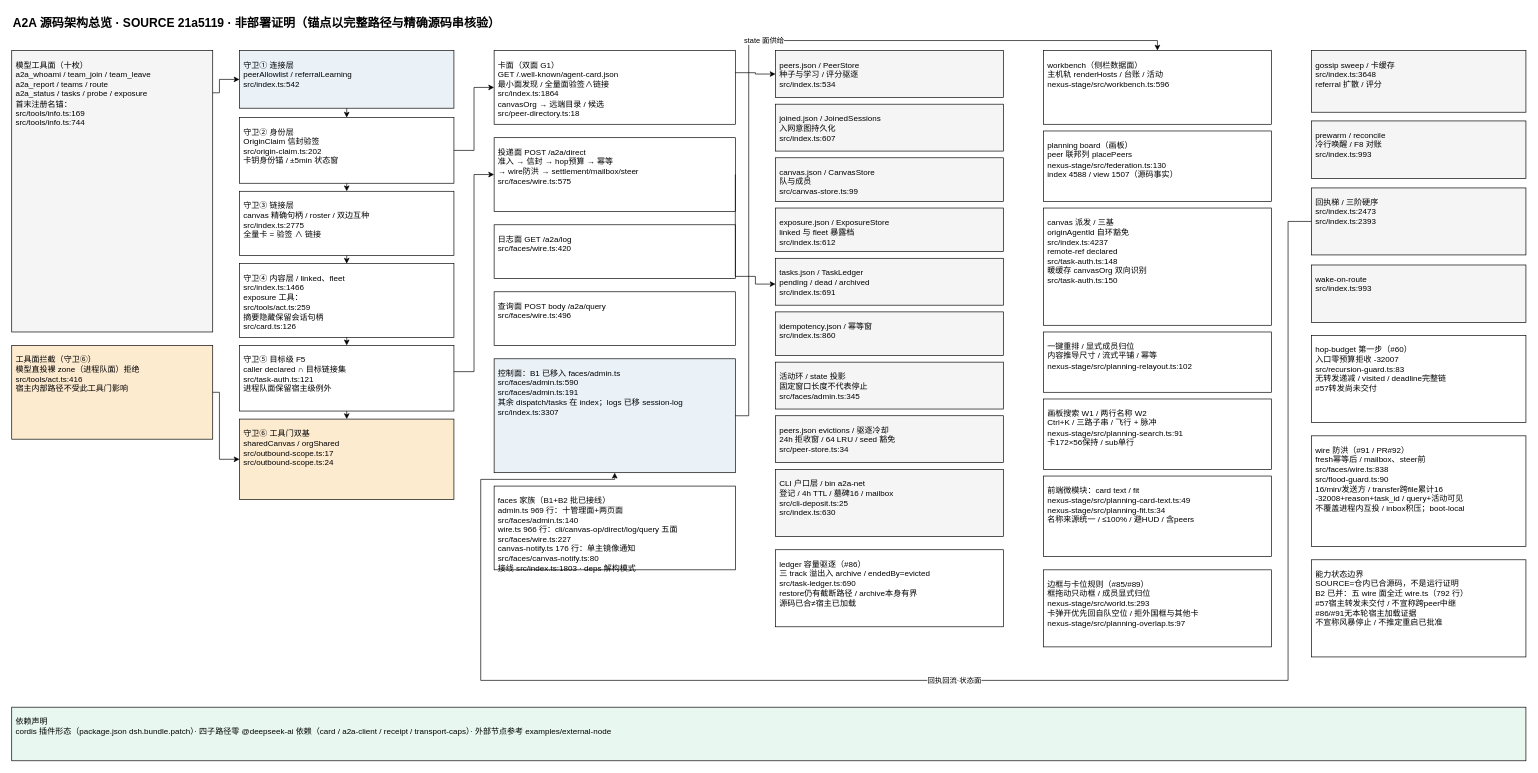
NelsonLongxiang/dsh-open-a2a-net keeps this draw.io diagram as page "系统架构总览" (1 of 2) of docs/arch/a2a-architecture.drawio. Above is the earlier version. Source tidied: cells renumbered, new cells numbered last; positions are measured from the earlier drawing's top-left corner, leaving out a move shared by most shapes. Both pictures are drawn from the tidied source at 67%, with x=0, y=0 at pixel (11, 11).
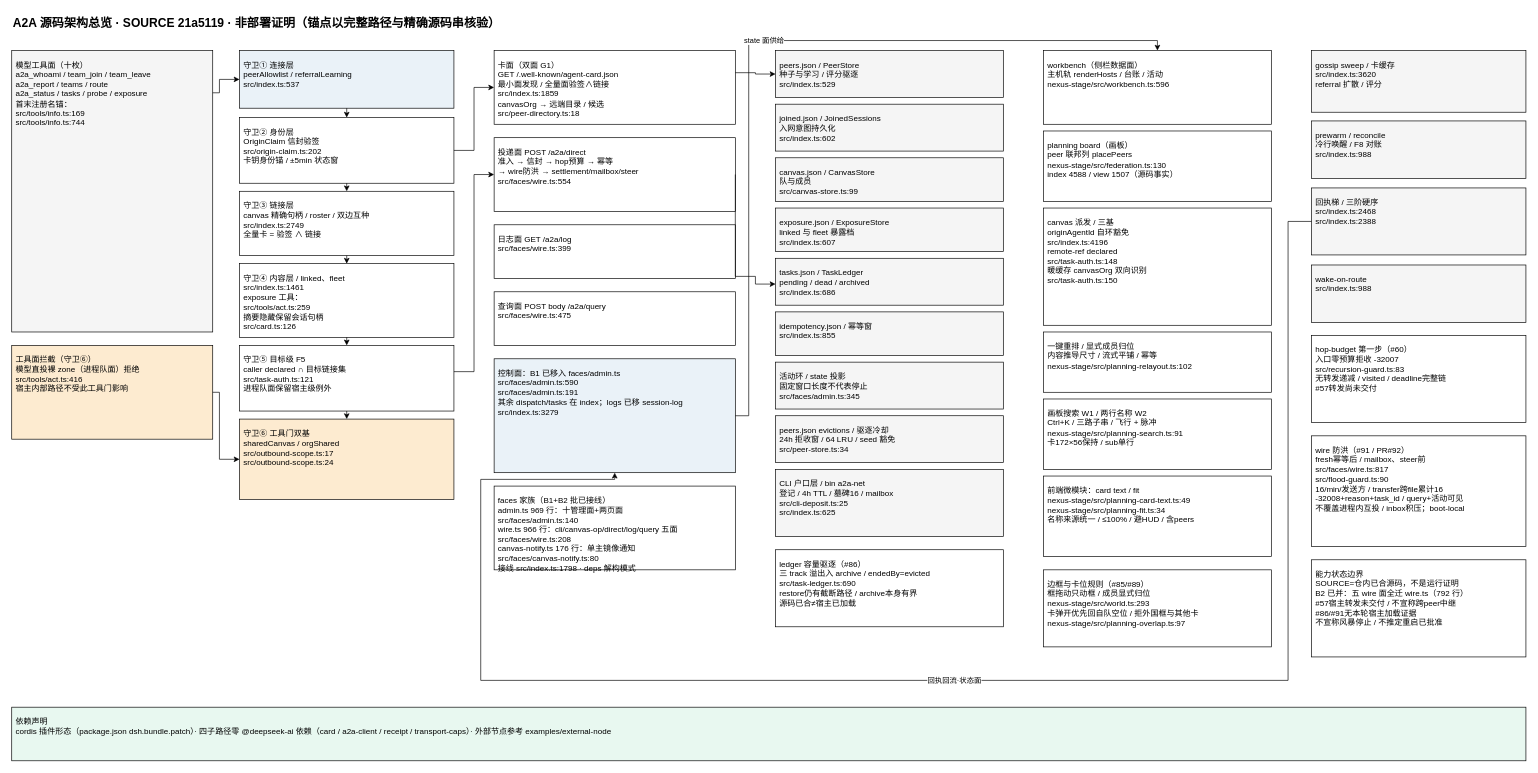
The same diagram, later.

The edit, as a diff of the source:
```diff
@@
-    <mxCell id="5" value="守卫① 连接层&#10;peerAllowlist / referralLearning&#10;src/index.ts:542" style="rounded=0;whiteSpace=wrap;html=1;fontSize=12;fontColor=#000000;fillColor=#EAF2F8;strokeColor=#000000;align=left;verticalAlign=top;spacing=6;spacingTop=4;" parent="1" vertex="1">
+    <mxCell id="5" value="守卫① 连接层&#10;peerAllowlist / referralLearning&#10;src/index.ts:537" style="rounded=0;whiteSpace=wrap;html=1;fontSize=12;fontColor=#000000;fillColor=#EAF2F8;strokeColor=#000000;align=left;verticalAlign=top;spacing=6;spacingTop=4;" parent="1" vertex="1">
       <mxGeometry x="340" y="58" width="320" height="86" as="geometry" />
     </mxCell>
@@
-    <mxCell id="7" value="守卫③ 链接层&#10;canvas 精确句柄 / roster / 双边互种&#10;src/index.ts:2775&#10;全量卡 = 验签 ∧ 链接" style="rounded=0;whiteSpace=wrap;html=1;fontSize=12;fontColor=#000000;fillColor=#FFFFFF;strokeColor=#000000;align=left;verticalAlign=top;spacing=6;spacingTop=4;" parent="1" vertex="1">
+    <mxCell id="7" value="守卫③ 链接层&#10;canvas 精确句柄 / roster / 双边互种&#10;src/index.ts:2749&#10;全量卡 = 验签 ∧ 链接" style="rounded=0;whiteSpace=wrap;html=1;fontSize=12;fontColor=#000000;fillColor=#FFFFFF;strokeColor=#000000;align=left;verticalAlign=top;spacing=6;spacingTop=4;" parent="1" vertex="1">
       <mxGeometry x="340" y="268" width="320" height="96" as="geometry" />
     </mxCell>
-    <mxCell id="8" value="守卫④ 内容层 / linked、fleet&#10;src/index.ts:1466&#10;exposure 工具：&#10;src/tools/act.ts:259&#10;摘要隐藏保留会话句柄&#10;src/card.ts:126" style="rounded=0;whiteSpace=wrap;html=1;fontSize=12;fontColor=#000000;fillColor=#FFFFFF;strokeColor=#000000;align=left;verticalAlign=top;spacing=6;spacingTop=4;" parent="1" vertex="1">
+    <mxCell id="8" value="守卫④ 内容层 / linked、fleet&#10;src/index.ts:1461&#10;exposure 工具：&#10;src/tools/act.ts:259&#10;摘要隐藏保留会话句柄&#10;src/card.ts:126" style="rounded=0;whiteSpace=wrap;html=1;fontSize=12;fontColor=#000000;fillColor=#FFFFFF;strokeColor=#000000;align=left;verticalAlign=top;spacing=6;spacingTop=4;" parent="1" vertex="1">
       <mxGeometry x="340" y="376" width="320" height="110" as="geometry" />
     </mxCell>
@@
-    <mxCell id="11" value="卡面（双面 G1）&#10;GET /.well-known/agent-card.json&#10;最小面发现 / 全量面验签∧链接&#10;src/index.ts:1864&#10;canvasOrg → 远端目录 / 候选&#10;src/peer-directory.ts:18" style="rounded=0;whiteSpace=wrap;html=1;fontSize=12;fontColor=#000000;fillColor=#FFFFFF;strokeColor=#000000;align=left;verticalAlign=top;spacing=6;spacingTop=4;" parent="1" vertex="1">
+    <mxCell id="11" value="卡面（双面 G1）&#10;GET /.well-known/agent-card.json&#10;最小面发现 / 全量面验签∧链接&#10;src/index.ts:1859&#10;canvasOrg → 远端目录 / 候选&#10;src/peer-directory.ts:18" style="rounded=0;whiteSpace=wrap;html=1;fontSize=12;fontColor=#000000;fillColor=#FFFFFF;strokeColor=#000000;align=left;verticalAlign=top;spacing=6;spacingTop=4;" parent="1" vertex="1">
       <mxGeometry x="720" y="58" width="360" height="110" as="geometry" />
     </mxCell>
-    <mxCell id="12" value="投递面 POST /a2a/direct&#10;准入 → 信封 → hop预算 → 幂等&#10;→ wire防洪 → settlement/mailbox/steer&#10;src/faces/wire.ts:575" style="rounded=0;whiteSpace=wrap;html=1;fontSize=12;fontColor=#000000;fillColor=#FFFFFF;strokeColor=#000000;align=left;verticalAlign=top;spacing=6;spacingTop=4;" parent="1" vertex="1">
+    <mxCell id="12" value="投递面 POST /a2a/direct&#10;准入 → 信封 → hop预算 → 幂等&#10;→ wire防洪 → settlement/mailbox/steer&#10;src/faces/wire.ts:554" style="rounded=0;whiteSpace=wrap;html=1;fontSize=12;fontColor=#000000;fillColor=#FFFFFF;strokeColor=#000000;align=left;verticalAlign=top;spacing=6;spacingTop=4;" parent="1" vertex="1">
       <mxGeometry x="720" y="188" width="360" height="110" as="geometry" />
     </mxCell>
-    <mxCell id="13" value="日志面 GET /a2a/log&#10;src/faces/wire.ts:420" style="rounded=0;whiteSpace=wrap;html=1;fontSize=12;fontColor=#000000;fillColor=#FFFFFF;strokeColor=#000000;align=left;verticalAlign=top;spacing=6;spacingTop=4;" parent="1" vertex="1">
+    <mxCell id="13" value="日志面 GET /a2a/log&#10;src/faces/wire.ts:399" style="rounded=0;whiteSpace=wrap;html=1;fontSize=12;fontColor=#000000;fillColor=#FFFFFF;strokeColor=#000000;align=left;verticalAlign=top;spacing=6;spacingTop=4;" parent="1" vertex="1">
       <mxGeometry x="720" y="318" width="360" height="80" as="geometry" />
     </mxCell>
-    <mxCell id="14" value="查询面 POST body /a2a/query&#10;src/faces/wire.ts:496" style="rounded=0;whiteSpace=wrap;html=1;fontSize=12;fontColor=#000000;fillColor=#FFFFFF;strokeColor=#000000;align=left;verticalAlign=top;spacing=6;spacingTop=4;" parent="1" vertex="1">
+    <mxCell id="14" value="查询面 POST body /a2a/query&#10;src/faces/wire.ts:475" style="rounded=0;whiteSpace=wrap;html=1;fontSize=12;fontColor=#000000;fillColor=#FFFFFF;strokeColor=#000000;align=left;verticalAlign=top;spacing=6;spacingTop=4;" parent="1" vertex="1">
       <mxGeometry x="720" y="418" width="360" height="80" as="geometry" />
     </mxCell>
-    <mxCell id="15" value="控制面：B1 已移入 faces/admin.ts&#10;src/faces/admin.ts:590&#10;src/faces/admin.ts:191&#10;其余 dispatch/tasks 在 index；logs 已移 session-log&#10;src/index.ts:3307" style="rounded=0;whiteSpace=wrap;html=1;fontSize=12;fontColor=#000000;fillColor=#EAF2F8;strokeColor=#000000;align=left;verticalAlign=top;spacing=6;spacingTop=4;" parent="1" vertex="1">
+    <mxCell id="15" value="控制面：B1 已移入 faces/admin.ts&#10;src/faces/admin.ts:590&#10;src/faces/admin.ts:191&#10;其余 dispatch/tasks 在 index；logs 已移 session-log&#10;src/index.ts:3279" style="rounded=0;whiteSpace=wrap;html=1;fontSize=12;fontColor=#000000;fillColor=#EAF2F8;strokeColor=#000000;align=left;verticalAlign=top;spacing=6;spacingTop=4;" parent="1" vertex="1">
       <mxGeometry x="720" y="518" width="360" height="170" as="geometry" />
     </mxCell>
-    <mxCell id="16" value="peers.json / PeerStore&#10;种子与学习 / 评分驱逐&#10;src/index.ts:534" style="rounded=0;whiteSpace=wrap;html=1;fontSize=12;fontColor=#000000;fillColor=#F5F5F5;strokeColor=#000000;align=left;verticalAlign=top;spacing=6;spacingTop=4;" parent="1" vertex="1">
+    <mxCell id="16" value="peers.json / PeerStore&#10;种子与学习 / 评分驱逐&#10;src/index.ts:529" style="rounded=0;whiteSpace=wrap;html=1;fontSize=12;fontColor=#000000;fillColor=#F5F5F5;strokeColor=#000000;align=left;verticalAlign=top;spacing=6;spacingTop=4;" parent="1" vertex="1">
       <mxGeometry x="1140" y="58" width="340" height="70" as="geometry" />
     </mxCell>
-    <mxCell id="17" value="joined.json / JoinedSessions&#10;入网意图持久化&#10;src/index.ts:607" style="rounded=0;whiteSpace=wrap;html=1;fontSize=12;fontColor=#000000;fillColor=#F5F5F5;strokeColor=#000000;align=left;verticalAlign=top;spacing=6;spacingTop=4;" parent="1" vertex="1">
+    <mxCell id="17" value="joined.json / JoinedSessions&#10;入网意图持久化&#10;src/index.ts:602" style="rounded=0;whiteSpace=wrap;html=1;fontSize=12;fontColor=#000000;fillColor=#F5F5F5;strokeColor=#000000;align=left;verticalAlign=top;spacing=6;spacingTop=4;" parent="1" vertex="1">
       <mxGeometry x="1140" y="138" width="340" height="70" as="geometry" />
     </mxCell>
@@
-    <mxCell id="19" value="exposure.json / ExposureStore&#10;linked 与 fleet 暴露档&#10;src/index.ts:612" style="rounded=0;whiteSpace=wrap;html=1;fontSize=12;fontColor=#000000;fillColor=#F5F5F5;strokeColor=#000000;align=left;verticalAlign=top;spacing=6;spacingTop=4;" parent="1" vertex="1">
+    <mxCell id="19" value="exposure.json / ExposureStore&#10;linked 与 fleet 暴露档&#10;src/index.ts:607" style="rounded=0;whiteSpace=wrap;html=1;fontSize=12;fontColor=#000000;fillColor=#F5F5F5;strokeColor=#000000;align=left;verticalAlign=top;spacing=6;spacingTop=4;" parent="1" vertex="1">
       <mxGeometry x="1140" y="293" width="340" height="65" as="geometry" />
     </mxCell>
-    <mxCell id="20" value="tasks.json / TaskLedger&#10;pending / dead / archived&#10;src/index.ts:691" style="rounded=0;whiteSpace=wrap;html=1;fontSize=12;fontColor=#000000;fillColor=#F5F5F5;strokeColor=#000000;align=left;verticalAlign=top;spacing=6;spacingTop=4;" parent="1" vertex="1">
+    <mxCell id="20" value="tasks.json / TaskLedger&#10;pending / dead / archived&#10;src/index.ts:686" style="rounded=0;whiteSpace=wrap;html=1;fontSize=12;fontColor=#000000;fillColor=#F5F5F5;strokeColor=#000000;align=left;verticalAlign=top;spacing=6;spacingTop=4;" parent="1" vertex="1">
       <mxGeometry x="1140" y="368" width="340" height="70" as="geometry" />
     </mxCell>
-    <mxCell id="21" value="idempotency.json / 幂等窗&#10;src/index.ts:860" style="rounded=0;whiteSpace=wrap;html=1;fontSize=12;fontColor=#000000;fillColor=#F5F5F5;strokeColor=#000000;align=left;verticalAlign=top;spacing=6;spacingTop=4;" parent="1" vertex="1">
+    <mxCell id="21" value="idempotency.json / 幂等窗&#10;src/index.ts:855" style="rounded=0;whiteSpace=wrap;html=1;fontSize=12;fontColor=#000000;fillColor=#F5F5F5;strokeColor=#000000;align=left;verticalAlign=top;spacing=6;spacingTop=4;" parent="1" vertex="1">
       <mxGeometry x="1140" y="448" width="340" height="65" as="geometry" />
     </mxCell>
@@
-    <mxCell id="26" value="CLI 户口层 / bin a2a-net&#10;登记 / 4h TTL / 墓碑16 / mailbox&#10;src/cli-deposit.ts:25&#10;src/index.ts:630" style="rounded=0;whiteSpace=wrap;html=1;fontSize=12;fontColor=#000000;fillColor=#F5F5F5;strokeColor=#000000;align=left;verticalAlign=top;spacing=6;spacingTop=4;" parent="1" vertex="1">
+    <mxCell id="26" value="CLI 户口层 / bin a2a-net&#10;登记 / 4h TTL / 墓碑16 / mailbox&#10;src/cli-deposit.ts:25&#10;src/index.ts:625" style="rounded=0;whiteSpace=wrap;html=1;fontSize=12;fontColor=#000000;fillColor=#F5F5F5;strokeColor=#000000;align=left;verticalAlign=top;spacing=6;spacingTop=4;" parent="1" vertex="1">
       <mxGeometry x="1140" y="683" width="340" height="100" as="geometry" />
     </mxCell>
-    <mxCell id="27" value="canvas 派发 / 三基&#10;originAgentId 自环豁免&#10;src/index.ts:4237&#10;remote-ref declared&#10;src/task-auth.ts:148&#10;暖缓存 canvasOrg 双向识别&#10;src/task-auth.ts:150" style="rounded=0;whiteSpace=wrap;html=1;fontSize=12;fontColor=#000000;fillColor=#FFFFFF;strokeColor=#000000;align=left;verticalAlign=top;spacing=6;spacingTop=4;" parent="1" vertex="1">
+    <mxCell id="27" value="canvas 派发 / 三基&#10;originAgentId 自环豁免&#10;src/index.ts:4196&#10;remote-ref declared&#10;src/task-auth.ts:148&#10;暖缓存 canvasOrg 双向识别&#10;src/task-auth.ts:150" style="rounded=0;whiteSpace=wrap;html=1;fontSize=12;fontColor=#000000;fillColor=#FFFFFF;strokeColor=#000000;align=left;verticalAlign=top;spacing=6;spacingTop=4;" parent="1" vertex="1">
       <mxGeometry x="1540" y="293" width="340" height="175" as="geometry" />
     </mxCell>
@@
-    <mxCell id="30" value="gossip sweep / 卡缓存&#10;src/index.ts:3648&#10;referral 扩散 / 评分" style="rounded=0;whiteSpace=wrap;html=1;fontSize=12;fontColor=#000000;fillColor=#F5F5F5;strokeColor=#000000;align=left;verticalAlign=top;spacing=6;spacingTop=4;" parent="1" vertex="1">
+    <mxCell id="30" value="gossip sweep / 卡缓存&#10;src/index.ts:3620&#10;referral 扩散 / 评分" style="rounded=0;whiteSpace=wrap;html=1;fontSize=12;fontColor=#000000;fillColor=#F5F5F5;strokeColor=#000000;align=left;verticalAlign=top;spacing=6;spacingTop=4;" parent="1" vertex="1">
       <mxGeometry x="1940" y="58" width="320" height="92" as="geometry" />
     </mxCell>
-    <mxCell id="31" value="prewarm / reconcile&#10;冷行唤醒 / F8 对账&#10;src/index.ts:993" style="rounded=0;whiteSpace=wrap;html=1;fontSize=12;fontColor=#000000;fillColor=#F5F5F5;strokeColor=#000000;align=left;verticalAlign=top;spacing=6;spacingTop=4;" parent="1" vertex="1">
+    <mxCell id="31" value="prewarm / reconcile&#10;冷行唤醒 / F8 对账&#10;src/index.ts:988" style="rounded=0;whiteSpace=wrap;html=1;fontSize=12;fontColor=#000000;fillColor=#F5F5F5;strokeColor=#000000;align=left;verticalAlign=top;spacing=6;spacingTop=4;" parent="1" vertex="1">
       <mxGeometry x="1940" y="163" width="320" height="86" as="geometry" />
     </mxCell>
-    <mxCell id="32" value="回执梯 / 三阶硬序&#10;src/index.ts:2473&#10;src/index.ts:2393" style="rounded=0;whiteSpace=wrap;html=1;fontSize=12;fontColor=#000000;fillColor=#F5F5F5;strokeColor=#000000;align=left;verticalAlign=top;spacing=6;spacingTop=4;" parent="1" vertex="1">
+    <mxCell id="32" value="回执梯 / 三阶硬序&#10;src/index.ts:2468&#10;src/index.ts:2388" style="rounded=0;whiteSpace=wrap;html=1;fontSize=12;fontColor=#000000;fillColor=#F5F5F5;strokeColor=#000000;align=left;verticalAlign=top;spacing=6;spacingTop=4;" parent="1" vertex="1">
       <mxGeometry x="1940" y="263" width="320" height="100" as="geometry" />
     </mxCell>
-    <mxCell id="33" value="wake-on-route&#10;src/index.ts:993" style="rounded=0;whiteSpace=wrap;html=1;fontSize=12;fontColor=#000000;fillColor=#F5F5F5;strokeColor=#000000;align=left;verticalAlign=top;spacing=6;spacingTop=4;" parent="1" vertex="1">
+    <mxCell id="33" value="wake-on-route&#10;src/index.ts:988" style="rounded=0;whiteSpace=wrap;html=1;fontSize=12;fontColor=#000000;fillColor=#F5F5F5;strokeColor=#000000;align=left;verticalAlign=top;spacing=6;spacingTop=4;" parent="1" vertex="1">
       <mxGeometry x="1940" y="378" width="320" height="86" as="geometry" />
     </mxCell>
@@
-    <mxCell id="35" value="faces 家族（B1+B2 批已接线）&#10;admin.ts 969 行：十管理面+两页面&#10;src/faces/admin.ts:140&#10;wire.ts 966 行：cli/canvas-op/direct/log/query 五面&#10;src/faces/wire.ts:227&#10;canvas-notify.ts 176 行：单主镜像通知&#10;src/faces/canvas-notify.ts:80&#10;接线 src/index.ts:1803 · deps 解构模式" style="rounded=0;whiteSpace=wrap;html=1;fontSize=12;fontColor=#000000;fillColor=#FFFFFF;strokeColor=#000000;align=left;verticalAlign=top;spacing=6;spacingTop=4;" parent="1" vertex="1">
+    <mxCell id="35" value="faces 家族（B1+B2 批已接线）&#10;admin.ts 969 行：十管理面+两页面&#10;src/faces/admin.ts:140&#10;wire.ts 966 行：cli/canvas-op/direct/log/query 五面&#10;src/faces/wire.ts:208&#10;canvas-notify.ts 176 行：单主镜像通知&#10;src/faces/canvas-notify.ts:80&#10;接线 src/index.ts:1798 · deps 解构模式" style="rounded=0;whiteSpace=wrap;html=1;fontSize=12;fontColor=#000000;fillColor=#FFFFFF;strokeColor=#000000;align=left;verticalAlign=top;spacing=6;spacingTop=4;" parent="1" vertex="1">
       <mxGeometry x="720" y="708" width="360" height="125" as="geometry" />
     </mxCell>
@@
-    <mxCell id="39" value="wire 防洪（#91 / PR#92）&#10;fresh幂等后 / mailbox、steer前&#10;src/faces/wire.ts:838&#10;src/flood-guard.ts:90&#10;16/min/发送方 / transfer跨file累计16&#10;-32008+reason+task_id / query+活动可见&#10;不覆盖进程内互投 / inbox积压；boot-local" style="rounded=0;whiteSpace=wrap;html=1;fontSize=12;fontColor=#000000;fillColor=#FFFFFF;strokeColor=#000000;align=left;verticalAlign=top;spacing=6;spacingTop=4;" parent="1" vertex="1">
+    <mxCell id="39" value="wire 防洪（#91 / PR#92）&#10;fresh幂等后 / mailbox、steer前&#10;src/faces/wire.ts:817&#10;src/flood-guard.ts:90&#10;16/min/发送方 / transfer跨file累计16&#10;-32008+reason+task_id / query+活动可见&#10;不覆盖进程内互投 / inbox积压；boot-local" style="rounded=0;whiteSpace=wrap;html=1;fontSize=12;fontColor=#000000;fillColor=#FFFFFF;strokeColor=#000000;align=left;verticalAlign=top;spacing=6;spacingTop=4;" parent="1" vertex="1">
       <mxGeometry x="1940" y="633" width="320" height="165" as="geometry" />
     </mxCell>
```
